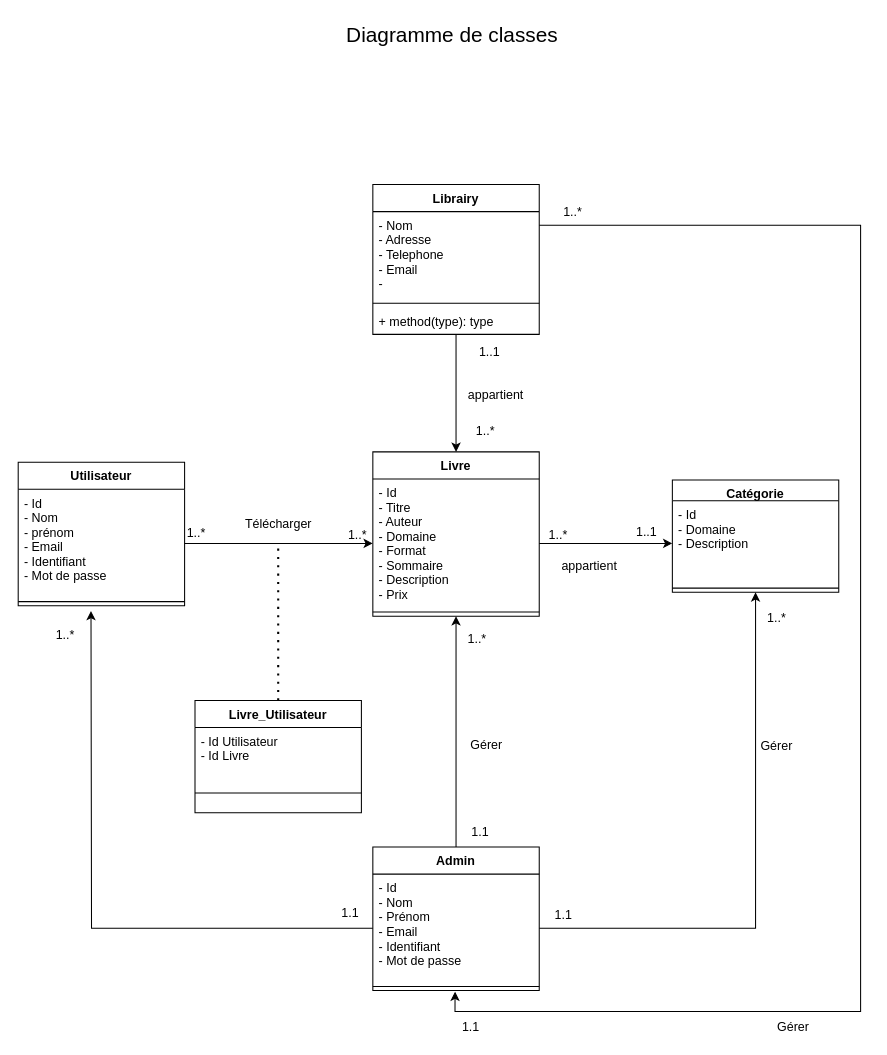
Above: page "Diagramme de classe" (7 of 18) of Untitled Diagram.drawio in keidy001/virtual-biblio (draw.io), before the change. Source tidied: cells renumbered, new cells numbered last; positions are measured from the earlier drawing's top-left corner, leaving out a move shared by most shapes. Both pictures are drawn from the tidied source at 104%, with x=0, y=0 at pixel (18, 18).
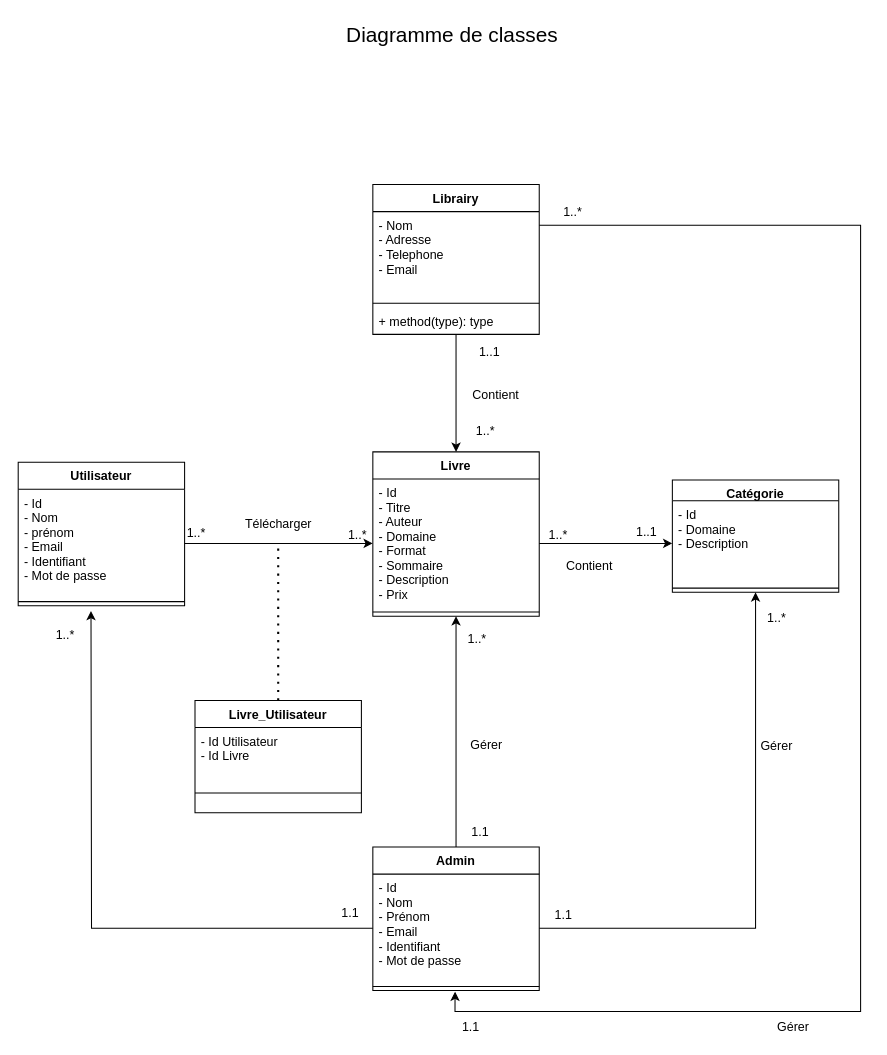
Above is the later version.

The change refers to these unchanged cells:
```xml
<mxCell id="39" value="Librairy" style="swimlane;fontStyle=1;align=center;verticalAlign=top;horizontal=1;startSize=26;" parent="1" vertex="1">
  <mxGeometry x="341" y="160" width="160" height="144" as="geometry" />
</mxCell>
```

Diff of the diagram source:
```diff
@@
-    <mxCell id="25" value="appartient" style="text;html=1;align=center;verticalAlign=middle;strokeColor=none;fillColor=none;" parent="1" vertex="1">
-      <mxGeometry x="514" y="517" width="70" height="20" as="geometry" />
+    <mxCell id="25" value="Contient" style="text;html=1;align=center;verticalAlign=middle;strokeColor=none;fillColor=none;" parent="1" vertex="1">
+      <mxGeometry x="519" y="517" width="60" height="20" as="geometry" />
     </mxCell>
@@
-    <mxCell id="40" value="- Nom&#10;- Adresse&#10;- Telephone&#10;- Email&#10;-" style="text;strokeColor=none;fillColor=none;align=left;verticalAlign=top;spacingLeft=4;spacingRight=4;overflow=hidden;points=[[0,0.5],[1,0.5]];portConstraint=eastwest;" parent="39" vertex="1">
+    <mxCell id="40" value="- Nom&#10;- Adresse&#10;- Telephone&#10;- Email&#10;" style="text;strokeColor=none;fillColor=none;align=left;verticalAlign=top;spacingLeft=4;spacingRight=4;overflow=hidden;points=[[0,0.5],[1,0.5]];portConstraint=eastwest;" parent="39" vertex="1">
       <mxGeometry y="26" width="160" height="84" as="geometry" />
     </mxCell>
@@
-    <mxCell id="43" value="appartient" style="text;html=1;align=center;verticalAlign=middle;strokeColor=none;fillColor=none;" parent="1" vertex="1">
-      <mxGeometry x="424" y="353" width="70" height="20" as="geometry" />
+    <mxCell id="43" value="Contient" style="text;html=1;align=center;verticalAlign=middle;strokeColor=none;fillColor=none;" parent="1" vertex="1">
+      <mxGeometry x="429" y="353" width="60" height="20" as="geometry" />
     </mxCell>
```
